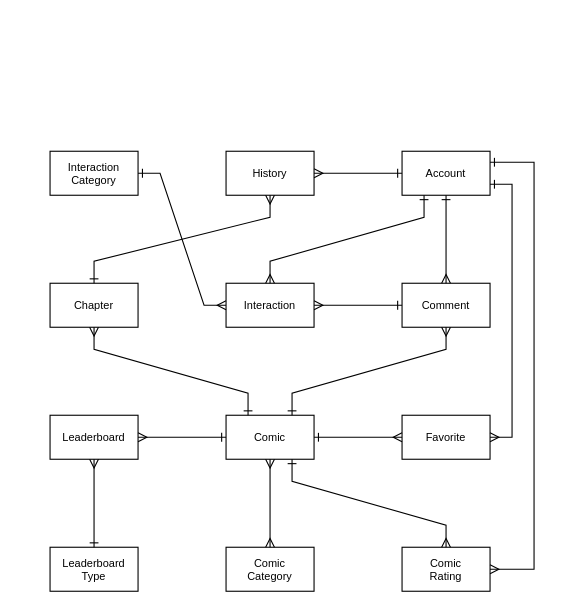
hiepquoc0607/OnComics keeps this draw.io diagram as page "Concept" (1 of 2) of OnComics.Database/OnComics-ERD-Diagram.drawio. Above is the earlier version. Source tidied: cells renumbered, new cells numbered last; positions are measured from the earlier drawing's top-left corner, leaving out a move shared by most shapes. Both pictures are drawn from the tidied source at 110%, with x=0, y=0 at pixel (50, 151).
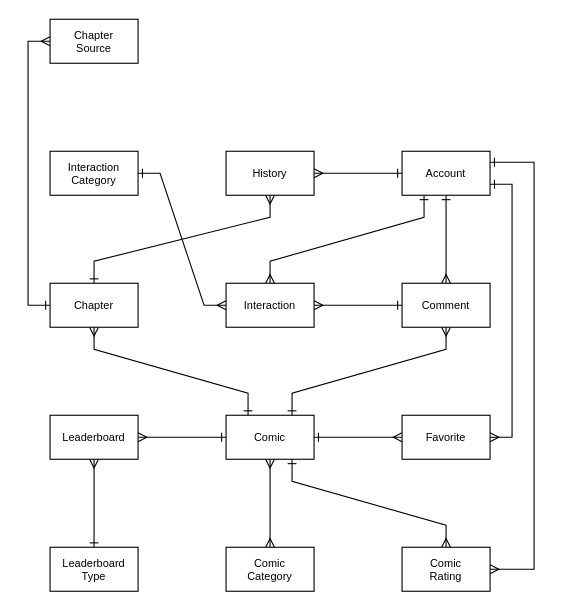
Above is the later version.

Unchanged cells that the change refers to:
```xml
<mxCell id="12" value="Chapter" style="rounded=0;whiteSpace=wrap;html=1;fontSize=10;" parent="1" vertex="1">
  <mxGeometry y="120" width="80" height="40" as="geometry" />
</mxCell>
```

What changed in the source:
```diff
@@
+    <mxCell id="29" value="Chapter&lt;div&gt;Source&lt;/div&gt;" style="rounded=0;whiteSpace=wrap;html=1;fontSize=10;" parent="1" vertex="1">
+      <mxGeometry y="-120" width="80" height="40" as="geometry" />
+    </mxCell>
+    <mxCell id="30" style="endArrow=ERmany;html=1;rounded=0;startArrow=ERone;startFill=0;endFill=0;exitX=0;exitY=0.5;exitDx=0;exitDy=0;entryX=0;entryY=0.5;entryDx=0;entryDy=0;edgeStyle=orthogonalEdgeStyle;" parent="1" edge="1" source="12" target="29">
+      <mxGeometry relative="1" as="geometry">
+        <Array as="points">
+          <mxPoint x="-20" y="140" />
+          <mxPoint x="-20" y="-100" />
+        </Array>
+      </mxGeometry>
+    </mxCell>
```
